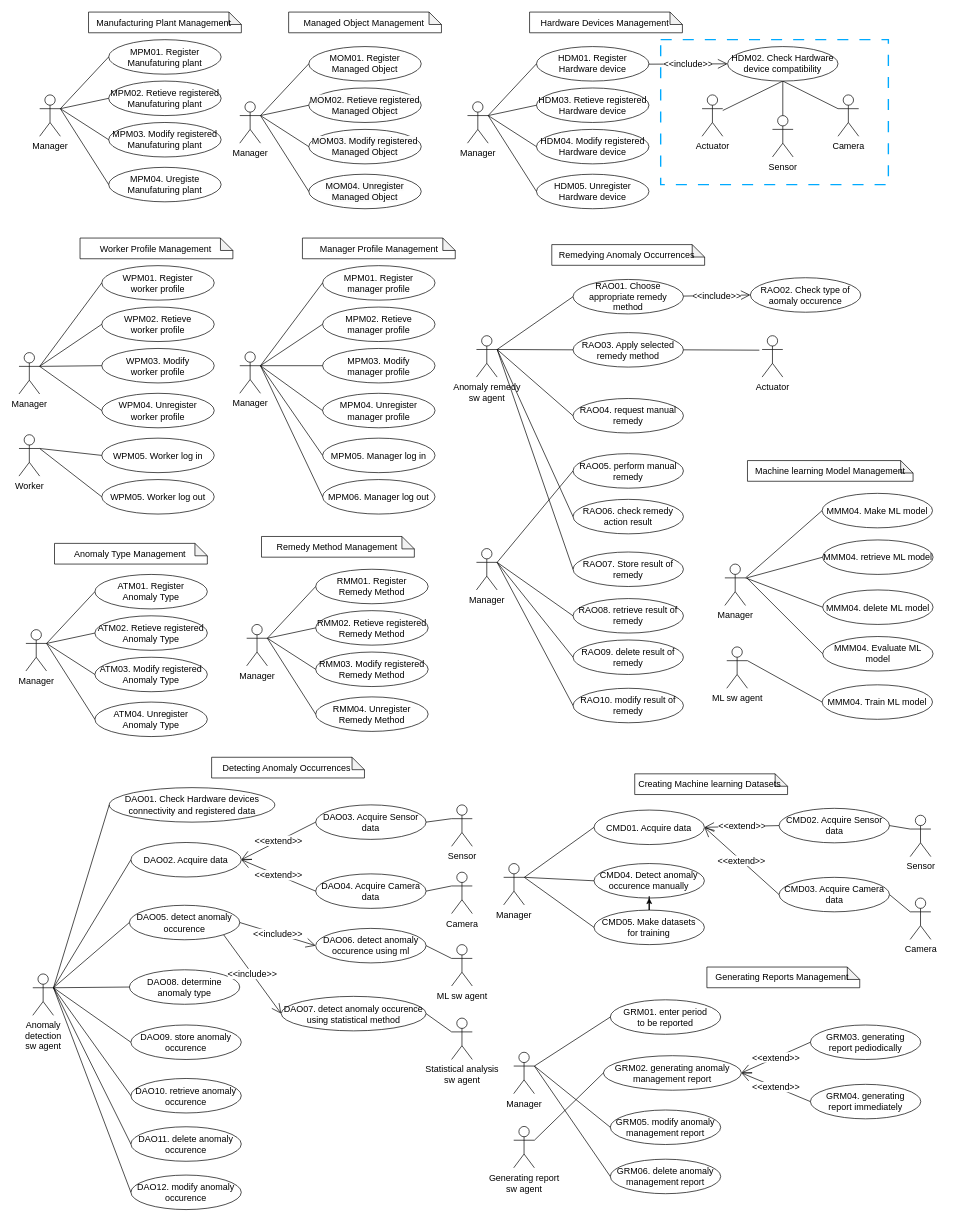
ShineSoYoung/TEST keeps this draw.io diagram as usecase_diagram_refine2.drawio. Above is the earlier version. Source tidied: cells renumbered, new cells numbered last; positions are measured from the earlier drawing's top-left corner, leaving out a move shared by most shapes. Both pictures are drawn from the tidied source at 69%, with x=0, y=0 at pixel (19, 12).
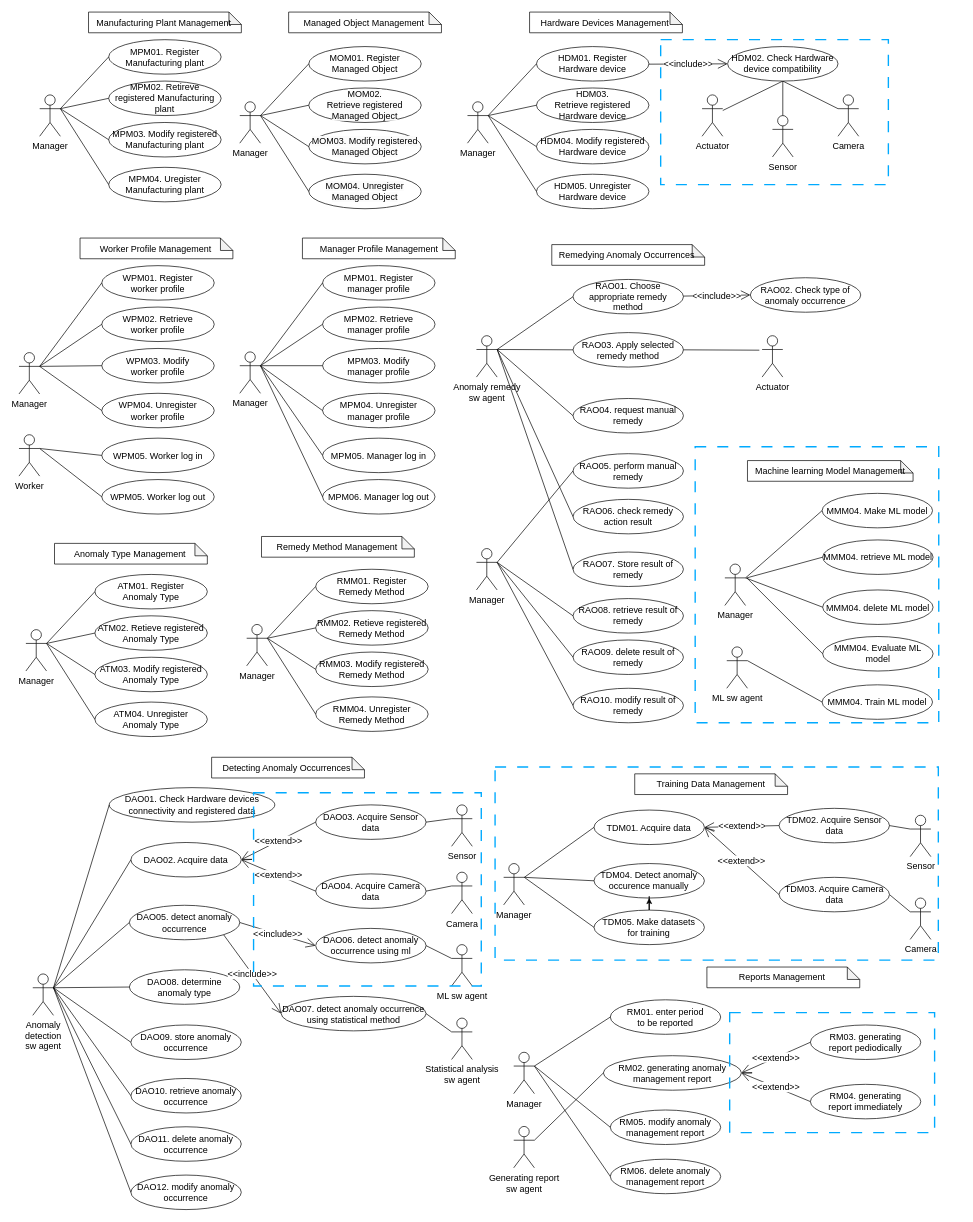
The same diagram, later.

Unchanged cells that the change refers to:
```xml
<mxCell id="2" style="group;fontSize=13;" parent="1" vertex="1">
  <mxGeometry y="327.5" width="310" height="400" as="geometry" />
</mxCell>
<mxCell id="18" style="group;fontSize=13;" parent="1" vertex="1">
  <mxGeometry x="320" y="327.5" width="312.2" height="400" as="geometry" />
</mxCell>
<mxCell id="33" style="group;fontSize=13;" parent="1" vertex="1">
  <mxGeometry x="320" width="292.2" height="285" as="geometry" />
</mxCell>
<mxCell id="44" style="group;fontSize=13;" parent="1" vertex="1">
  <mxGeometry x="30" width="292.2" height="275" as="geometry" />
</mxCell>
<mxCell id="55" style="group;fontSize=13;" parent="1" vertex="1">
  <mxGeometry x="593" y="320" width="771.8" height="710" as="geometry" />
</mxCell>
<mxCell id="106" style="group;fontSize=13;" parent="1" vertex="1">
  <mxGeometry x="650" width="567" height="285" as="geometry" />
</mxCell>
```

The edit, as a diff of the source:
```diff
@@
-    <mxCell id="5" value="WPM02. Retieve&lt;br style=&quot;border-color: var(--border-color); font-size: 13px;&quot;&gt;worker profile" style="ellipse;whiteSpace=wrap;html=1;fontSize=13;" parent="2" vertex="1">
+    <mxCell id="5" value="WPM02. Retrieve&lt;br style=&quot;border-color: var(--border-color); font-size: 13px;&quot;&gt;worker profile" style="ellipse;whiteSpace=wrap;html=1;fontSize=13;" parent="2" vertex="1">
       <mxGeometry x="120" y="100" width="163" height="50" as="geometry" />
     </mxCell>
@@
-    <mxCell id="21" value="MPM02. Retieve&lt;br style=&quot;border-color: var(--border-color); font-size: 13px;&quot;&gt;manager profile" style="ellipse;whiteSpace=wrap;html=1;fontSize=13;" parent="18" vertex="1">
+    <mxCell id="21" value="MPM02. Retrieve&lt;br style=&quot;border-color: var(--border-color); font-size: 13px;&quot;&gt;manager profile" style="ellipse;whiteSpace=wrap;html=1;fontSize=13;" parent="18" vertex="1">
       <mxGeometry x="120" y="100" width="163" height="50" as="geometry" />
     </mxCell>
@@
-    <mxCell id="36" value="&lt;span style=&quot;color: rgb(0, 0, 0); font-family: Helvetica; font-size: 13px; font-style: normal; font-variant-ligatures: normal; font-variant-caps: normal; font-weight: 400; letter-spacing: normal; orphans: 2; text-align: center; text-indent: 0px; text-transform: none; widows: 2; word-spacing: 0px; -webkit-text-stroke-width: 0px; background-color: rgb(251, 251, 251); text-decoration-thickness: initial; text-decoration-style: initial; text-decoration-color: initial; float: none; display: inline !important;&quot;&gt;MOM02. Retieve registered Managed Object&lt;/span&gt;" style="ellipse;whiteSpace=wrap;html=1;fontSize=13;" parent="33" vertex="1">
+    <mxCell id="36" value="&lt;span style=&quot;color: rgb(0, 0, 0); font-family: Helvetica; font-size: 13px; font-style: normal; font-variant-ligatures: normal; font-variant-caps: normal; font-weight: 400; letter-spacing: normal; orphans: 2; text-align: center; text-indent: 0px; text-transform: none; widows: 2; word-spacing: 0px; -webkit-text-stroke-width: 0px; background-color: rgb(251, 251, 251); text-decoration-thickness: initial; text-decoration-style: initial; text-decoration-color: initial; float: none; display: inline !important;&quot;&gt;MOM02. Retrieve&amp;nbsp;registered Managed Object&lt;/span&gt;" style="ellipse;whiteSpace=wrap;html=1;fontSize=13;" parent="33" vertex="1">
       <mxGeometry x="100" y="110" width="163" height="50" as="geometry" />
     </mxCell>
@@
-    <mxCell id="46" value="MPM01. Register Manufaturing plant" style="ellipse;whiteSpace=wrap;html=1;fontSize=13;" parent="44" vertex="1">
+    <mxCell id="46" value="MPM01. Register Manufacturing plant" style="ellipse;whiteSpace=wrap;html=1;fontSize=13;" parent="44" vertex="1">
       <mxGeometry x="100" y="40" width="163" height="50" as="geometry" />
     </mxCell>
-    <mxCell id="47" value="MPM02. Retieve registered Manufaturing plant" style="ellipse;whiteSpace=wrap;html=1;fontSize=13;" parent="44" vertex="1">
+    <mxCell id="47" value="MPM02. Retireve registered Manufacturing plant" style="ellipse;whiteSpace=wrap;html=1;fontSize=13;" parent="44" vertex="1">
       <mxGeometry x="100" y="100" width="163" height="50" as="geometry" />
     </mxCell>
-    <mxCell id="48" value="MPM03. Modify registered Manufaturing plant" style="ellipse;whiteSpace=wrap;html=1;fontSize=13;" parent="44" vertex="1">
+    <mxCell id="48" value="MPM03. Modify registered Manufacturing plant" style="ellipse;whiteSpace=wrap;html=1;fontSize=13;" parent="44" vertex="1">
       <mxGeometry x="100" y="160" width="163" height="50" as="geometry" />
     </mxCell>
-    <mxCell id="49" value="MPM04. Uregiste Manufaturing plant" style="ellipse;whiteSpace=wrap;html=1;fontSize=13;" parent="44" vertex="1">
+    <mxCell id="49" value="MPM04. Uregister Manufacturing plant" style="ellipse;whiteSpace=wrap;html=1;fontSize=13;" parent="44" vertex="1">
       <mxGeometry x="100" y="225" width="163" height="50" as="geometry" />
     </mxCell>
@@
-    <mxCell id="57" value="RAO02.&amp;nbsp;Check type of aomaly occurence" style="ellipse;whiteSpace=wrap;html=1;fontSize=13;" parent="55" vertex="1">
+    <mxCell id="57" value="RAO02.&amp;nbsp;Check type of anomaly occurrence" style="ellipse;whiteSpace=wrap;html=1;fontSize=13;" parent="55" vertex="1">
       <mxGeometry x="467" y="65" width="160" height="50" as="geometry" />
     </mxCell>
@@
     <mxCell id="81" style="group;fontSize=13;" parent="55" vertex="1">
-      <mxGeometry x="430" y="310" width="341.8" height="395" as="geometry" />
+      <mxGeometry x="430" y="310" width="341.8" height="400" as="geometry" />
     </mxCell>
@@
+    <mxCell id="206" style="rounded=0;whiteSpace=wrap;html=1;fillColor=none;dashed=1;dashPattern=8 8;strokeColor=#00aaff;strokeWidth=2;" parent="81" vertex="1">
+      <mxGeometry x="-43" width="353" height="400" as="geometry" />
+    </mxCell>
@@
-    <mxCell id="109" value="HDM03. Retieve registered Hardware device" style="ellipse;whiteSpace=wrap;html=1;fontSize=13;" parent="106" vertex="1">
+    <mxCell id="109" value="HDM03. Retrieve&amp;nbsp;registered Hardware device" style="ellipse;whiteSpace=wrap;html=1;fontSize=13;" parent="106" vertex="1">
       <mxGeometry x="100" y="110" width="163" height="50" as="geometry" />
     </mxCell>
@@
     <mxCell id="125" style="group;fontSize=13;" parent="1" vertex="1">
-      <mxGeometry x="702.4" y="1094" width="619.2" height="257.5" as="geometry" />
+      <mxGeometry x="702.4" y="1094" width="630" height="400" as="geometry" />
     </mxCell>
-    <mxCell id="126" value="Creating Machine learning Datasets&amp;nbsp;" style="shape=note;whiteSpace=wrap;html=1;backgroundOutline=1;darkOpacity=0.05;size=18;fontSize=13;" parent="125" vertex="1">
+    <mxCell id="126" value="Training Data Management" style="shape=note;whiteSpace=wrap;html=1;backgroundOutline=1;darkOpacity=0.05;size=18;fontSize=13;" parent="125" vertex="1">
       <mxGeometry x="190" y="10" width="221.5" height="30" as="geometry" />
     </mxCell>
@@
-    <mxCell id="128" value="CMD01. Acquire data" style="ellipse;whiteSpace=wrap;html=1;fontSize=13;" parent="125" vertex="1">
+    <mxCell id="128" value="TDM01. Acquire data" style="ellipse;whiteSpace=wrap;html=1;fontSize=13;" parent="125" vertex="1">
       <mxGeometry x="131" y="62.5" width="160" height="50" as="geometry" />
     </mxCell>
-    <mxCell id="129" value="CMD02. Acquire Sensor data" style="ellipse;whiteSpace=wrap;html=1;fontSize=13;" parent="125" vertex="1">
+    <mxCell id="129" value="TDM02. Acquire Sensor data" style="ellipse;whiteSpace=wrap;html=1;fontSize=13;" parent="125" vertex="1">
       <mxGeometry x="399.2" y="60" width="160" height="50" as="geometry" />
     </mxCell>
@@
-    <mxCell id="134" value="CMD03. Acquire Camera data" style="ellipse;whiteSpace=wrap;html=1;fontSize=13;" parent="125" vertex="1">
+    <mxCell id="134" value="TDM03. Acquire Camera data" style="ellipse;whiteSpace=wrap;html=1;fontSize=13;" parent="125" vertex="1">
       <mxGeometry x="399.2" y="160" width="160" height="50" as="geometry" />
     </mxCell>
@@
-    <mxCell id="137" value="CMD04. Detect anomaly occurence manually" style="ellipse;whiteSpace=wrap;html=1;fontSize=13;" parent="125" vertex="1">
+    <mxCell id="137" value="TDM04. Detect anomaly occurence manually" style="ellipse;whiteSpace=wrap;html=1;fontSize=13;" parent="125" vertex="1">
       <mxGeometry x="131" y="140" width="160" height="50" as="geometry" />
     </mxCell>
@@
-    <mxCell id="139" value="CMD05. Make datasets &lt;br style=&quot;font-size: 13px;&quot;&gt;for training" style="ellipse;whiteSpace=wrap;html=1;fontSize=13;" parent="125" vertex="1">
+    <mxCell id="139" value="TDM05. Make datasets &lt;br style=&quot;font-size: 13px;&quot;&gt;for training" style="ellipse;whiteSpace=wrap;html=1;fontSize=13;" parent="125" vertex="1">
       <mxGeometry x="131" y="207.5" width="160" height="50" as="geometry" />
     </mxCell>
@@
+    <mxCell id="207" style="rounded=0;whiteSpace=wrap;html=1;fillColor=none;dashed=1;dashPattern=8 8;strokeColor=#00aaff;strokeWidth=2;" parent="125" vertex="1">
+      <mxGeometry x="-12.4" width="642.4" height="280" as="geometry" />
+    </mxCell>
     <mxCell id="143" style="group;" parent="1" vertex="1">
-      <mxGeometry x="717" y="1384" width="590" height="328.5" as="geometry" />
+      <mxGeometry x="717" y="1384" width="643" height="346" as="geometry" />
     </mxCell>
@@
-    <mxCell id="145" value="GRM01. enter period &lt;br style=&quot;font-size: 13px;&quot;&gt;to be reported" style="ellipse;whiteSpace=wrap;html=1;fontSize=13;" parent="143" vertex="1">
+    <mxCell id="145" value="RM01. enter period &lt;br style=&quot;font-size: 13px;&quot;&gt;to be reported" style="ellipse;whiteSpace=wrap;html=1;fontSize=13;" parent="143" vertex="1">
       <mxGeometry x="140" y="47.5" width="160" height="50" as="geometry" />
     </mxCell>
-    <mxCell id="146" value="GRM05. modify anomaly management report" style="ellipse;whiteSpace=wrap;html=1;fontSize=13;" parent="143" vertex="1">
+    <mxCell id="146" value="RM05. modify anomaly management report" style="ellipse;whiteSpace=wrap;html=1;fontSize=13;" parent="143" vertex="1">
       <mxGeometry x="140" y="207.2" width="160" height="50" as="geometry" />
     </mxCell>
-    <mxCell id="147" value="GRM06. delete anomaly management report" style="ellipse;whiteSpace=wrap;html=1;fontSize=13;" parent="143" vertex="1">
+    <mxCell id="147" value="RM06. delete anomaly management report" style="ellipse;whiteSpace=wrap;html=1;fontSize=13;" parent="143" vertex="1">
       <mxGeometry x="140" y="278.5" width="160" height="50" as="geometry" />
     </mxCell>
@@
-    <mxCell id="149" value="Generating Reports Management&amp;nbsp;" style="shape=note;whiteSpace=wrap;html=1;backgroundOutline=1;darkOpacity=0.05;size=18;fontSize=13;" parent="143" vertex="1">
+    <mxCell id="149" value="Reports Management&amp;nbsp;" style="shape=note;whiteSpace=wrap;html=1;backgroundOutline=1;darkOpacity=0.05;size=18;fontSize=13;" parent="143" vertex="1">
       <mxGeometry x="280" width="221.5" height="30" as="geometry" />
     </mxCell>
@@
-    <mxCell id="153" value="GRM02. generating anomaly management report" style="ellipse;whiteSpace=wrap;html=1;fontSize=13;" parent="143" vertex="1">
+    <mxCell id="153" value="RM02. generating anomaly management report" style="ellipse;whiteSpace=wrap;html=1;fontSize=13;" parent="143" vertex="1">
       <mxGeometry x="130" y="128.5" width="200" height="50" as="geometry" />
     </mxCell>
@@
-    <mxCell id="155" value="GRM03. generating &lt;br style=&quot;font-size: 13px;&quot;&gt;report pediodically" style="ellipse;whiteSpace=wrap;html=1;fontSize=13;" parent="143" vertex="1">
+    <mxCell id="155" value="RM03. generating &lt;br style=&quot;font-size: 13px;&quot;&gt;report pediodically" style="ellipse;whiteSpace=wrap;html=1;fontSize=13;" parent="143" vertex="1">
       <mxGeometry x="430" y="84" width="160" height="50" as="geometry" />
     </mxCell>
-    <mxCell id="156" value="GRM04. generating &lt;br style=&quot;font-size: 13px;&quot;&gt;report immediately" style="ellipse;whiteSpace=wrap;html=1;fontSize=13;" parent="143" vertex="1">
+    <mxCell id="156" value="RM04. generating &lt;br style=&quot;font-size: 13px;&quot;&gt;report immediately" style="ellipse;whiteSpace=wrap;html=1;fontSize=13;" parent="143" vertex="1">
       <mxGeometry x="430" y="170" width="160" height="50" as="geometry" />
     </mxCell>
@@
+    <mxCell id="208" style="rounded=0;whiteSpace=wrap;html=1;fillColor=none;dashed=1;dashPattern=8 8;strokeColor=#00aaff;strokeWidth=2;" parent="143" vertex="1">
+      <mxGeometry x="313" y="66" width="297" height="174" as="geometry" />
+    </mxCell>
     <mxCell id="159" style="group;fontSize=13;" parent="1" vertex="1">
-      <mxGeometry x="10" y="1050" width="960" height="671.5" as="geometry" />
+      <mxGeometry x="10" y="1050" width="972.4" height="671.5" as="geometry" />
     </mxCell>
@@
-    <mxCell id="163" value="DAO05. detect anomaly occurence" style="ellipse;whiteSpace=wrap;html=1;fontSize=13;" parent="159" vertex="1">
+    <mxCell id="163" value="DAO05. detect anomaly occurrence" style="ellipse;whiteSpace=wrap;html=1;fontSize=13;" parent="159" vertex="1">
       <mxGeometry x="150" y="244.5" width="160" height="50" as="geometry" />
     </mxCell>
@@
-    <mxCell id="167" value="DAO09. store anomaly occurence" style="ellipse;whiteSpace=wrap;html=1;fontSize=13;" parent="159" vertex="1">
+    <mxCell id="167" value="DAO09. store anomaly occurrence" style="ellipse;whiteSpace=wrap;html=1;fontSize=13;" parent="159" vertex="1">
       <mxGeometry x="152.2" y="418" width="160" height="50" as="geometry" />
     </mxCell>
@@
-    <mxCell id="177" value="DAO10. retrieve anomaly occurence" style="ellipse;whiteSpace=wrap;html=1;fontSize=13;" parent="159" vertex="1">
+    <mxCell id="177" value="DAO10. retrieve anomaly occurrence" style="ellipse;whiteSpace=wrap;html=1;fontSize=13;" parent="159" vertex="1">
       <mxGeometry x="152.2" y="495.5" width="160" height="50" as="geometry" />
     </mxCell>
-    <mxCell id="178" value="DAO11. delete anomaly occurence" style="ellipse;whiteSpace=wrap;html=1;fontSize=13;" parent="159" vertex="1">
+    <mxCell id="178" value="DAO11. delete anomaly occurrence" style="ellipse;whiteSpace=wrap;html=1;fontSize=13;" parent="159" vertex="1">
       <mxGeometry x="152.2" y="565.5" width="160" height="50" as="geometry" />
     </mxCell>
@@
-    <mxCell id="181" value="DAO12. modify anomaly occurence" style="ellipse;whiteSpace=wrap;html=1;fontSize=13;" parent="159" vertex="1">
+    <mxCell id="181" value="DAO12. modify anomaly occurrence" style="ellipse;whiteSpace=wrap;html=1;fontSize=13;" parent="159" vertex="1">
       <mxGeometry x="152.2" y="635.5" width="160" height="50" as="geometry" />
     </mxCell>
@@
-    <mxCell id="184" value="DAO06. detect anomaly occurence using ml" style="ellipse;whiteSpace=wrap;html=1;fontSize=13;" parent="159" vertex="1">
+    <mxCell id="184" value="DAO06. detect anomaly occurrence using ml" style="ellipse;whiteSpace=wrap;html=1;fontSize=13;" parent="159" vertex="1">
       <mxGeometry x="420" y="278" width="160" height="50" as="geometry" />
     </mxCell>
-    <mxCell id="185" value="DAO07. detect anomaly occurence using statistical method" style="ellipse;whiteSpace=wrap;html=1;fontSize=13;" parent="159" vertex="1">
+    <mxCell id="185" value="DAO07. detect anomaly occurrence using statistical method" style="ellipse;whiteSpace=wrap;html=1;fontSize=13;" parent="159" vertex="1">
       <mxGeometry x="370" y="376.5" width="210" height="50" as="geometry" />
     </mxCell>
@@
+    <mxCell id="209" style="rounded=0;whiteSpace=wrap;html=1;fillColor=none;dashed=1;dashPattern=8 8;strokeColor=#00aaff;strokeWidth=2;" parent="159" vertex="1">
+      <mxGeometry x="330" y="81.5" width="330" height="280" as="geometry" />
+    </mxCell>
```
